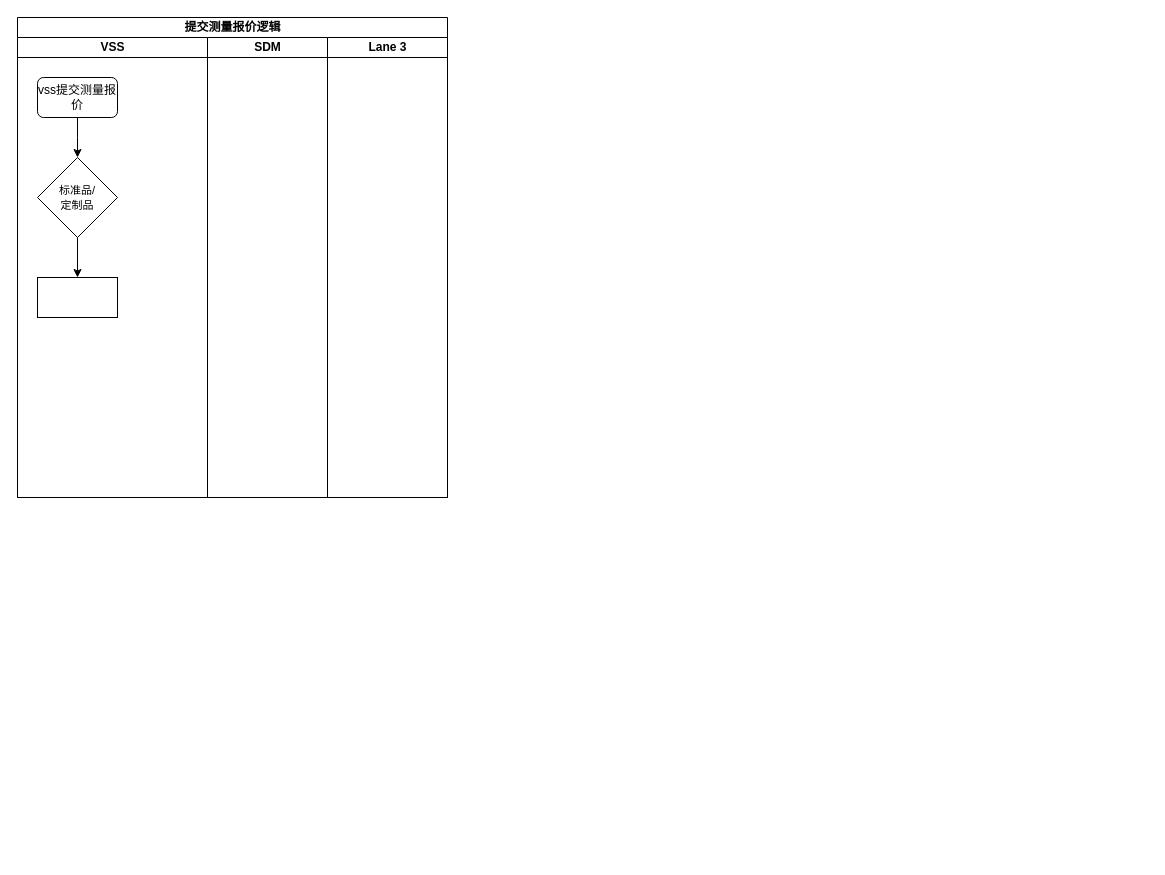
Earlier version of the draw.io diagram 采购单算价逻辑.drawio (jiangtao2048/diagrams). Source tidied: cells renumbered, new cells numbered last; positions are measured from the earlier drawing's top-left corner, leaving out a move shared by most shapes. Both pictures are drawn from the tidied source at 100%, with x=0, y=0 at pixel (17, 17).
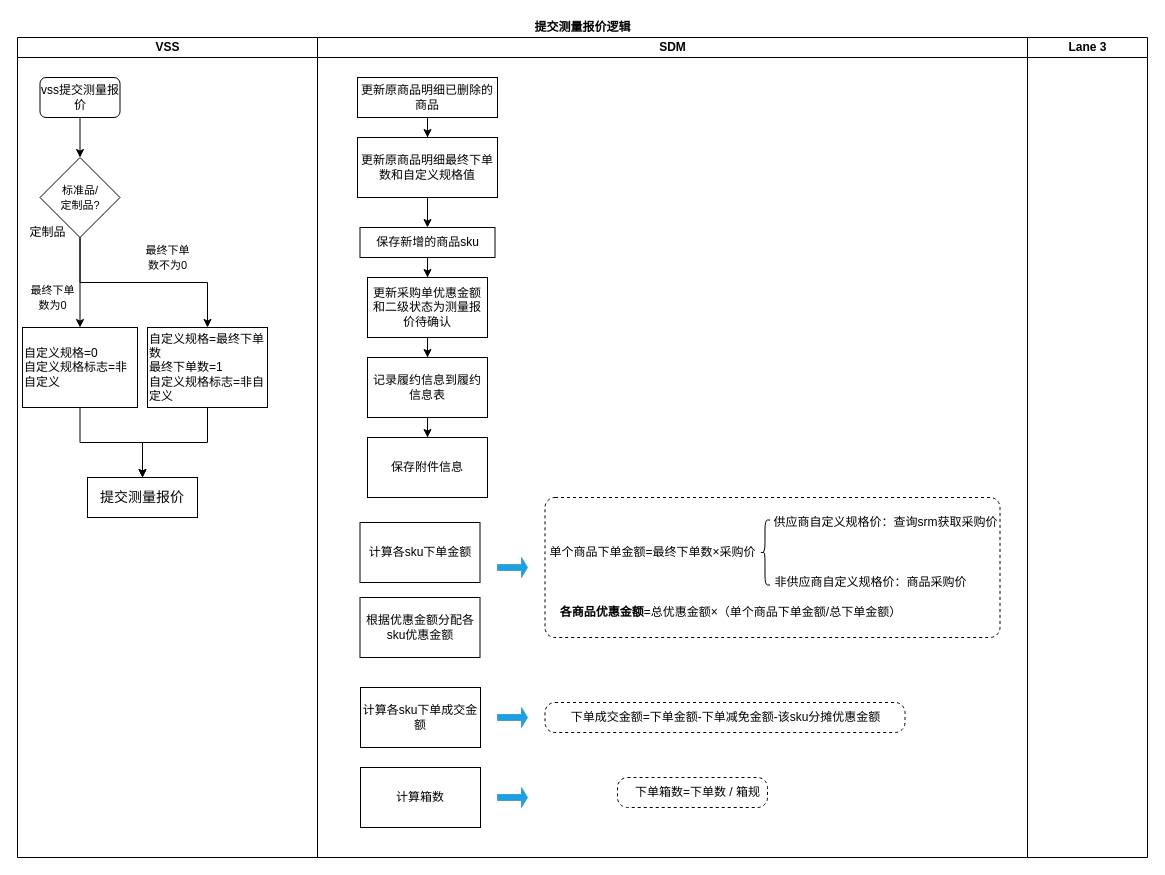
Above is the later version.

Commit message:
更新采购单算价逻辑.drawio

The edit, as a diff of the source:
```diff
@@
-    <mxCell id="2" value="提交测量报价逻辑" style="swimlane;startSize=20;html=1;" parent="1" vertex="1">
-      <mxGeometry width="430" height="480" as="geometry" />
+    <mxCell id="2" value="提交测量报价逻辑" style="swimlane;startSize=20;html=1;opacity=0;" parent="1" vertex="1">
+      <mxGeometry width="1130" height="840" as="geometry" />
     </mxCell>
     <mxCell id="3" value="VSS" style="swimlane;startSize=20;html=1;" parent="2" vertex="1">
-      <mxGeometry y="20" width="190" height="460" as="geometry" />
+      <mxGeometry y="20" width="300" height="820" as="geometry" />
     </mxCell>
-    <mxCell id="4" style="edgeStyle=orthogonalEdgeStyle;rounded=0;jettySize=auto;html=1;" parent="3" edge="1" source="5">
-      <mxGeometry relative="1" as="geometry">
-        <mxPoint x="60" y="120" as="targetPoint" />
-      </mxGeometry>
+    <mxCell id="4" style="edgeStyle=orthogonalEdgeStyle;rounded=0;jettySize=auto;html=1;entryX=0.5;entryY=0;entryDx=0;entryDy=0;" parent="3" edge="1" source="5" target="6">
+      <mxGeometry relative="1" as="geometry" />
     </mxCell>
     <mxCell id="5" value="vss提交测量报价" style="rounded=1;whiteSpace=wrap;html=1;" parent="3" vertex="1">
-      <mxGeometry x="20" y="40" width="80" height="40" as="geometry" />
+      <mxGeometry x="22.5" y="40" width="80" height="40" as="geometry" />
     </mxCell>
+    <mxCell id="11" style="edgeStyle=orthogonalEdgeStyle;rounded=0;jettySize=auto;html=1;exitX=0.5;exitY=1;exitDx=0;exitDy=0;entryX=0.5;entryY=0;entryDx=0;entryDy=0;" parent="3" edge="1" source="6" target="16">
+      <mxGeometry relative="1" as="geometry" />
+    </mxCell>
-    <mxCell id="6" value="&lt;font style=&quot;font-size: 11px;&quot;&gt;标准品/&lt;br style=&quot;font-size: 11px;&quot;&gt;定制品&lt;/font&gt;" style="rhombus;whiteSpace=wrap;html=1;" parent="3" vertex="1">
-      <mxGeometry x="20" y="120" width="80" height="80" as="geometry" />
+    <mxCell id="6" value="&lt;font style=&quot;font-size: 11px;&quot;&gt;标准品/&lt;br style=&quot;font-size: 11px;&quot;&gt;定制品?&lt;/font&gt;" style="rhombus;whiteSpace=wrap;html=1;" parent="3" vertex="1">
+      <mxGeometry x="22.5" y="120" width="80" height="80" as="geometry" />
     </mxCell>
+    <mxCell id="12" style="edgeStyle=orthogonalEdgeStyle;rounded=0;jettySize=auto;html=1;exitX=0.5;exitY=1;exitDx=0;exitDy=0;entryX=0.5;entryY=0;entryDx=0;entryDy=0;" parent="3" edge="1" source="7" target="18">
+      <mxGeometry relative="1" as="geometry" />
+    </mxCell>
-    <mxCell id="7" style="rounded=0;whiteSpace=wrap;html=1;" parent="3" vertex="1">
-      <mxGeometry x="20" y="240" width="80" height="40" as="geometry" />
+    <mxCell id="7" value="自定义规格=0&lt;br&gt;自定义规格标志=非自定义" style="rounded=0;whiteSpace=wrap;html=1;align=left;" parent="3" vertex="1">
+      <mxGeometry x="5" y="290" width="115" height="80" as="geometry" />
     </mxCell>
@@
+    <mxCell id="13" value="定制品" style="text;html=1;align=center;verticalAlign=middle;strokeColor=none;fillColor=none;" parent="3" vertex="1">
+      <mxGeometry y="180" width="60" height="30" as="geometry" />
+    </mxCell>
+    <mxCell id="14" value="&lt;font style=&quot;font-size: 11px;&quot;&gt;最终下单&lt;br&gt;数为0&lt;/font&gt;" style="text;html=1;align=center;verticalAlign=middle;strokeColor=none;fillColor=none;" parent="3" vertex="1">
+      <mxGeometry y="240" width="70" height="40" as="geometry" />
+    </mxCell>
+    <mxCell id="15" style="edgeStyle=orthogonalEdgeStyle;rounded=0;jettySize=auto;html=1;exitX=0.5;exitY=1;exitDx=0;exitDy=0;entryX=0.5;entryY=0;entryDx=0;entryDy=0;" parent="3" edge="1" source="16" target="18">
+      <mxGeometry relative="1" as="geometry" />
+    </mxCell>
+    <mxCell id="16" value="自定义规格=最终下单数&lt;br&gt;最终下单数=1&lt;br&gt;自定义规格标志=非自定义" style="rounded=0;whiteSpace=wrap;html=1;align=left;" parent="3" vertex="1">
+      <mxGeometry x="130" y="290" width="120" height="80" as="geometry" />
+    </mxCell>
+    <mxCell id="17" value="&lt;font style=&quot;font-size: 11px;&quot;&gt;最终下单&lt;br&gt;数不为0&lt;/font&gt;" style="text;html=1;align=center;verticalAlign=middle;strokeColor=none;fillColor=none;" parent="3" vertex="1">
+      <mxGeometry x="115" y="200" width="70" height="40" as="geometry" />
+    </mxCell>
+    <mxCell id="18" value="&lt;font style=&quot;font-size: 14px;&quot;&gt;提交测量报价&lt;/font&gt;" style="rounded=0;whiteSpace=wrap;html=1;" parent="3" vertex="1">
+      <mxGeometry x="70" y="440" width="110" height="40" as="geometry" />
+    </mxCell>
     <mxCell id="9" value="SDM" style="swimlane;startSize=20;html=1;" parent="2" vertex="1">
-      <mxGeometry x="190" y="20" width="120" height="460" as="geometry" />
+      <mxGeometry x="300" y="20" width="710" height="820" as="geometry" />
     </mxCell>
+    <mxCell id="19" style="html=1;align=center;verticalAlign=top;rounded=1;absoluteArcSize=1;arcSize=20;whiteSpace=wrap;dashed=1;glass=0;" parent="9" vertex="1">
+      <mxGeometry x="227.5" y="665" width="360" height="30" as="geometry" />
+    </mxCell>
+    <mxCell id="20" style="html=1;align=center;verticalAlign=top;rounded=1;absoluteArcSize=1;arcSize=20;whiteSpace=wrap;dashed=1;glass=0;" parent="9" vertex="1">
+      <mxGeometry x="227.5" y="460" width="455" height="140" as="geometry" />
+    </mxCell>
+    <mxCell id="21" style="edgeStyle=orthogonalEdgeStyle;rounded=0;jettySize=auto;html=1;" parent="9" edge="1" source="22" target="24">
+      <mxGeometry relative="1" as="geometry" />
+    </mxCell>
+    <mxCell id="22" value="更新原商品明细已删除的商品" style="rounded=0;whiteSpace=wrap;html=1;" parent="9" vertex="1">
+      <mxGeometry x="40" y="40" width="140" height="40" as="geometry" />
+    </mxCell>
+    <mxCell id="23" style="edgeStyle=orthogonalEdgeStyle;rounded=0;jettySize=auto;html=1;" parent="9" edge="1" source="24" target="26">
+      <mxGeometry relative="1" as="geometry" />
+    </mxCell>
+    <mxCell id="24" value="更新原商品明细最终下单数和自定义规格值" style="whiteSpace=wrap;html=1;rounded=0;" parent="9" vertex="1">
+      <mxGeometry x="40" y="100" width="140" height="60" as="geometry" />
+    </mxCell>
+    <mxCell id="25" style="edgeStyle=orthogonalEdgeStyle;rounded=0;jettySize=auto;html=1;" parent="9" edge="1" source="26" target="28">
+      <mxGeometry relative="1" as="geometry" />
+    </mxCell>
+    <mxCell id="26" value="保存新增的商品sku" style="whiteSpace=wrap;html=1;rounded=0;" parent="9" vertex="1">
+      <mxGeometry x="42.5" y="190" width="135" height="30" as="geometry" />
+    </mxCell>
+    <mxCell id="27" style="edgeStyle=orthogonalEdgeStyle;rounded=0;jettySize=auto;html=1;" parent="9" edge="1" source="28" target="30">
+      <mxGeometry relative="1" as="geometry" />
+    </mxCell>
+    <mxCell id="28" value="更新采购单优惠金额和二级状态为测量报价待确认" style="whiteSpace=wrap;html=1;rounded=0;" parent="9" vertex="1">
+      <mxGeometry x="50" y="240" width="120" height="60" as="geometry" />
+    </mxCell>
+    <mxCell id="29" style="edgeStyle=orthogonalEdgeStyle;rounded=0;jettySize=auto;html=1;" parent="9" edge="1" source="30" target="31">
+      <mxGeometry relative="1" as="geometry" />
+    </mxCell>
+    <mxCell id="30" value="记录履约信息到履约信息表" style="whiteSpace=wrap;html=1;rounded=0;" parent="9" vertex="1">
+      <mxGeometry x="50" y="320" width="120" height="60" as="geometry" />
+    </mxCell>
+    <mxCell id="31" value="保存附件信息" style="whiteSpace=wrap;html=1;rounded=0;" parent="9" vertex="1">
+      <mxGeometry x="50" y="400" width="120" height="60" as="geometry" />
+    </mxCell>
+    <mxCell id="32" value="根据优惠金额分配各sku优惠金额" style="rounded=0;whiteSpace=wrap;html=1;" parent="9" vertex="1">
+      <mxGeometry x="42.5" y="560" width="120" height="60" as="geometry" />
+    </mxCell>
+    <mxCell id="33" value="单个商品下单金额=最终下单数×采购价" style="text;html=1;align=center;verticalAlign=middle;strokeColor=none;fillColor=none;" parent="9" vertex="1">
+      <mxGeometry x="220" y="500" width="230" height="30" as="geometry" />
+    </mxCell>
+    <mxCell id="34" style="shape=curlyBracket;whiteSpace=wrap;html=1;rounded=1;labelPosition=left;verticalLabelPosition=middle;align=right;verticalAlign=middle;" parent="9" vertex="1">
+      <mxGeometry x="442.5" y="482.5" width="10" height="65" as="geometry" />
+    </mxCell>
+    <mxCell id="35" value="供应商自定义规格价：查询srm获取采购价" style="text;html=1;align=center;verticalAlign=middle;strokeColor=none;fillColor=none;" parent="9" vertex="1">
+      <mxGeometry x="442.5" y="470" width="250" height="30" as="geometry" />
+    </mxCell>
+    <mxCell id="36" value="非供应商自定义规格价：商品采购价" style="text;html=1;align=center;verticalAlign=middle;strokeColor=none;fillColor=none;" parent="9" vertex="1">
+      <mxGeometry x="442.5" y="530" width="220" height="30" as="geometry" />
+    </mxCell>
+    <mxCell id="37" value="&lt;b&gt;各商品优惠金额&lt;/b&gt;=总优惠金额×（单个商品下单金额/总下单金额）" style="text;html=1;align=center;verticalAlign=middle;strokeColor=none;fillColor=none;" parent="9" vertex="1">
+      <mxGeometry x="232.5" y="560" width="360" height="30" as="geometry" />
+    </mxCell>
+    <mxCell id="38" style="shape=singleArrow;whiteSpace=wrap;html=1;fillColor=#1ba1e2;strokeColor=#469fd2;fontColor=#ffffff;" parent="9" vertex="1">
+      <mxGeometry x="180" y="520" width="30" height="20" as="geometry" />
+    </mxCell>
+    <mxCell id="39" value="计算各sku下单金额" style="rounded=0;whiteSpace=wrap;html=1;" parent="9" vertex="1">
+      <mxGeometry x="42.5" y="485" width="120" height="60" as="geometry" />
+    </mxCell>
+    <mxCell id="40" value="计算各sku下单成交金额" style="rounded=0;whiteSpace=wrap;html=1;" parent="9" vertex="1">
+      <mxGeometry x="43" y="650" width="120" height="60" as="geometry" />
+    </mxCell>
+    <mxCell id="41" value="下单成交金额=下单金额-下单减免金额-该sku分摊优惠金额" style="text;html=1;align=center;verticalAlign=middle;strokeColor=none;fillColor=none;" parent="9" vertex="1">
+      <mxGeometry x="242.5" y="665" width="330" height="30" as="geometry" />
+    </mxCell>
+    <mxCell id="42" style="shape=singleArrow;whiteSpace=wrap;html=1;fillColor=#1ba1e2;strokeColor=#469fd2;fontColor=#ffffff;" parent="9" vertex="1">
+      <mxGeometry x="180" y="670" width="30" height="20" as="geometry" />
+    </mxCell>
+    <mxCell id="43" value="计算箱数" style="rounded=0;whiteSpace=wrap;html=1;" parent="9" vertex="1">
+      <mxGeometry x="43" y="730" width="120" height="60" as="geometry" />
+    </mxCell>
+    <mxCell id="44" style="html=1;align=center;verticalAlign=top;rounded=1;absoluteArcSize=1;arcSize=20;whiteSpace=wrap;dashed=1;glass=0;" parent="9" vertex="1">
+      <mxGeometry x="300" y="740" width="150" height="30" as="geometry" />
+    </mxCell>
+    <mxCell id="45" value="下单箱数=下单数 / 箱规" style="text;html=1;align=center;verticalAlign=middle;strokeColor=none;fillColor=none;" parent="9" vertex="1">
+      <mxGeometry x="305" y="740" width="150" height="30" as="geometry" />
+    </mxCell>
+    <mxCell id="46" style="shape=singleArrow;whiteSpace=wrap;html=1;fillColor=#1ba1e2;strokeColor=#469fd2;fontColor=#ffffff;" parent="9" vertex="1">
+      <mxGeometry x="180" y="750" width="30" height="20" as="geometry" />
+    </mxCell>
     <mxCell id="10" value="Lane 3" style="swimlane;startSize=20;html=1;" parent="2" vertex="1">
-      <mxGeometry x="310" y="20" width="120" height="460" as="geometry" />
+      <mxGeometry x="1010" y="20" width="120" height="820" as="geometry" />
     </mxCell>
```
